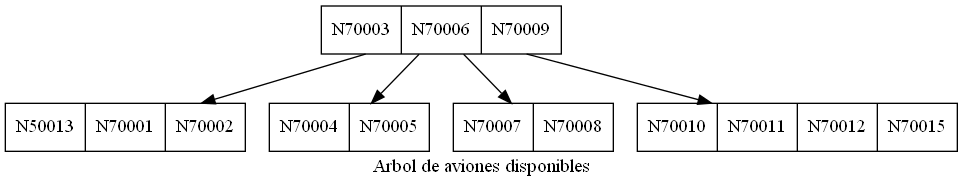
The Graphviz diagram imagenes/avionesDisponibles.png in MarvinCastellanos/201700490_EDD_Proyecto, before a commit. Its source is kept beside it as dot/avionesDisponibles.dot.
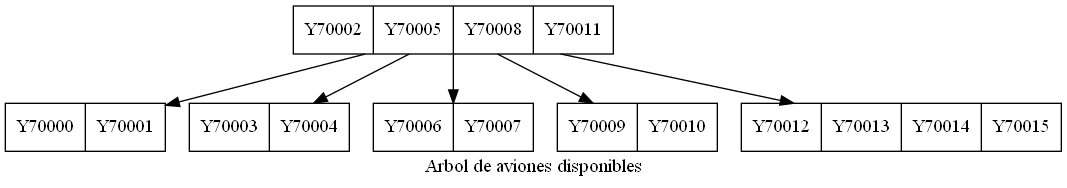
After the commit.

The edit, as a diff of the source:
```diff
@@ -1,13 +1,15 @@
 digraph G {
   label="Arbol de aviones disponibles";
   node [shape=record];
-    node0 [label="N70003|N70006|N70009"];
+    node0 [label="Y70002|Y70005|Y70008|Y70011"];
     node0 -> node1;
-    node1 [label="N50013|N70001|N70002"];
+    node1 [label="Y70000|Y70001"];
     node0 -> node2;
-    node2 [label="N70004|N70005"];
+    node2 [label="Y70003|Y70004"];
     node0 -> node3;
-    node3 [label="N70007|N70008"];
+    node3 [label="Y70006|Y70007"];
     node0 -> node4;
-    node4 [label="N70010|N70011|N70012|N70015"];
+    node4 [label="Y70009|Y70010"];
+    node0 -> node5;
+    node5 [label="Y70012|Y70013|Y70014|Y70015"];
 }
```
